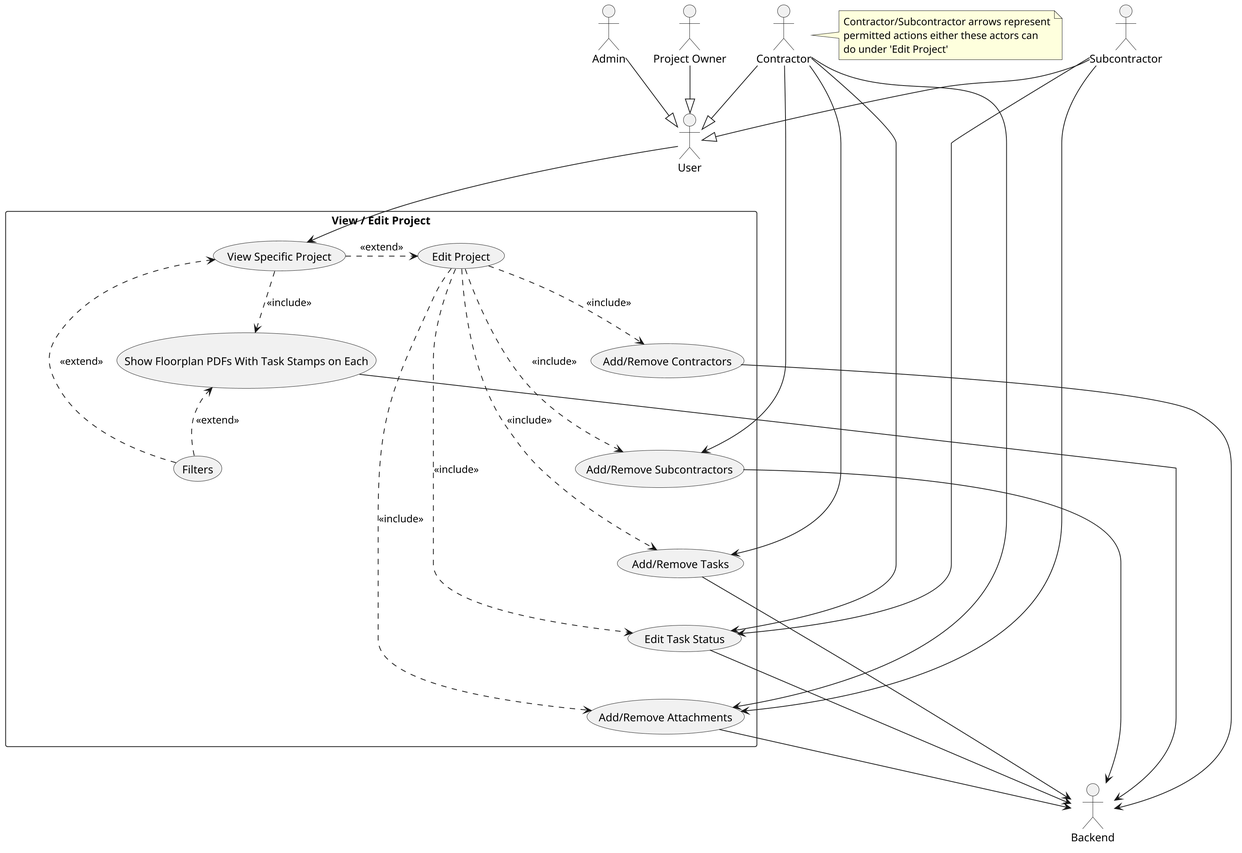
Before: Use Cases/Diagrams/use-case-edit-view-proj.png, a diagram exported from PlantUML (owenwriston/CMSC-447).
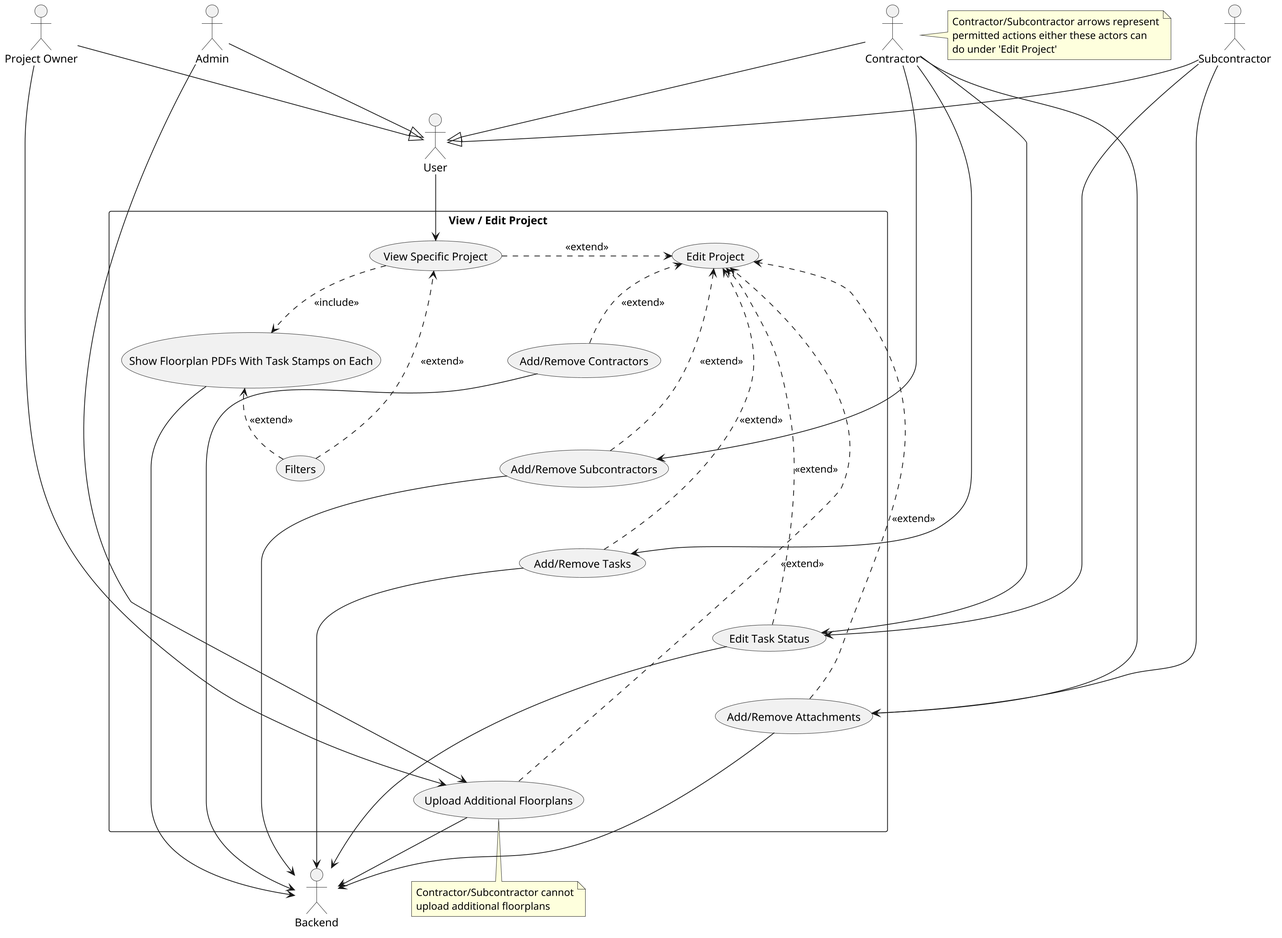
The same diagram one commit later.

Change to the diagram source:
```diff
@@ -2,10 +2,10 @@
 scale 2
 top to bottom direction
 
+actor "Project Owner" as Owner
+actor "Admin" as Admin
 actor "Subcontractor" as Sub
 actor "Contractor" as Con
-actor "Project Owner" as Owner
-actor "Admin" as Admin
 actor "User" as User
 actor "Backend" as Back
 
@@ -25,6 +25,7 @@
   usecase "Add/Remove Tasks" as UC4c
   usecase "Edit Task Status" as UC4d
   usecase "Add/Remove Attachments" as UC4e
+  usecase "Upload Additional Floorplans" as UC4f
 }
 
 UC5 -[hidden]down-> UC5a
@@ -35,6 +36,7 @@
 UC4b -[hidden]down-> UC4c
 UC4c -[hidden]down-> UC4d
 UC4d -[hidden]down-> UC4e
+UC4e -[hidden]down-> UC4f
 
 UC5 -[hidden]right-> UC4
 
@@ -49,11 +51,11 @@
 
 
 
-UC4 .> UC4a : <<include>>
+UC4a .> UC4 : <<extend>>
 
-UC4 .> UC4b : <<include>>
+UC4b .> UC4 : <<extend>>
 Con --> UC4b
-UC4 .> UC4c : <<include>>
+UC4c .> UC4 : <<extend>>
 Con --> UC4c
 
 note right of Con
@@ -62,17 +64,27 @@
   do under 'Edit Project'
 end note
 
-UC4 .> UC4d : <<include>>
+UC4d .> UC4 : <<extend>>
 Con --> UC4d
 Sub --> UC4d
-UC4 .> UC4e : <<include>>
+UC4e .> UC4 : <<extend>>
 Con --> UC4e
 Sub --> UC4e
+
+UC4f .> UC4 : <<extend>>
+Owner --> UC4f
+Admin --> UC4f
+
+note bottom of UC4f
+  Contractor/Subcontractor cannot
+  upload additional floorplans
+end note
 
 UC4a --> Back
 UC4b --> Back
 UC4c --> Back
 UC4d --> Back
 UC4e --> Back
+UC4f --> Back
 
 @enduml
```
